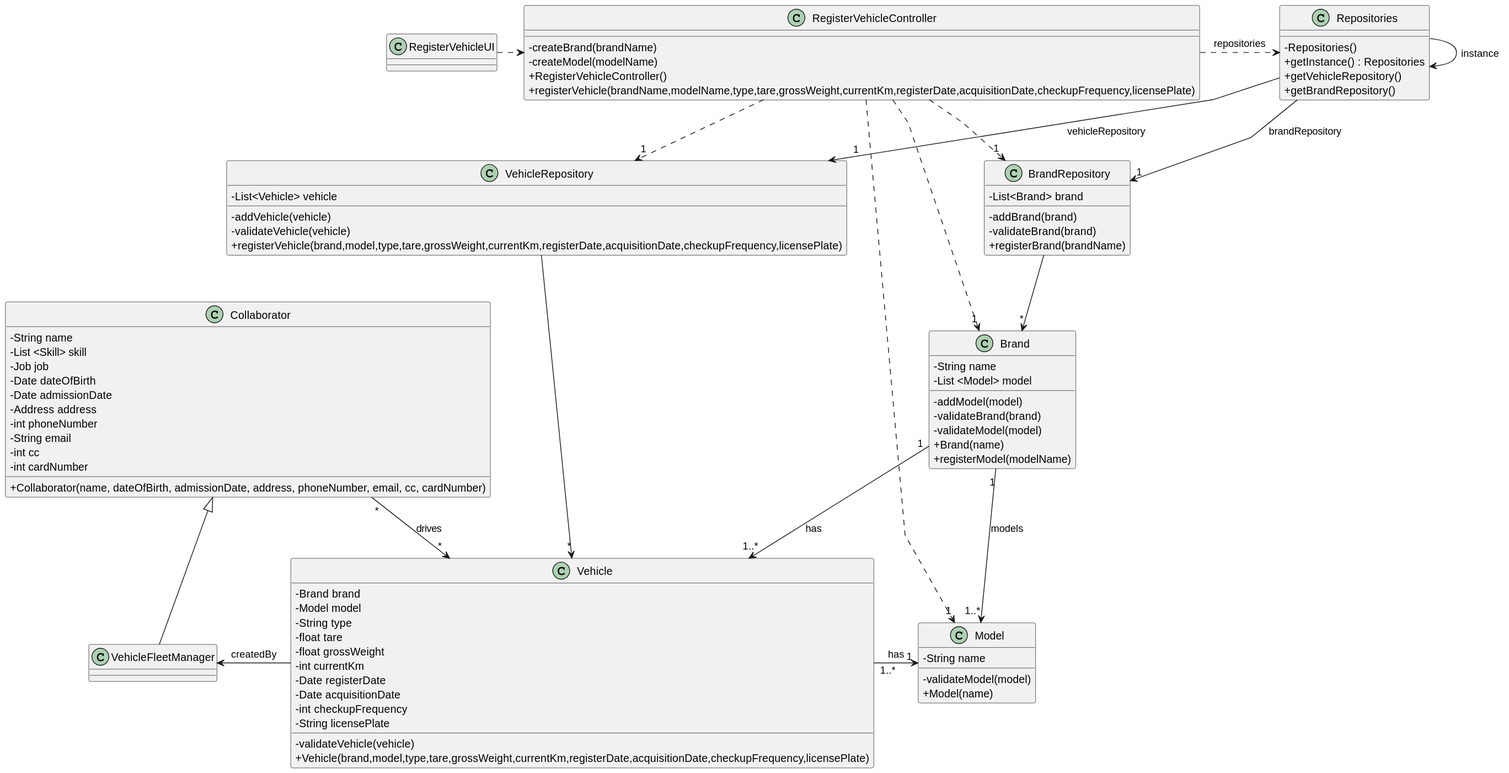
The PlantUML diagram docs/sprint2/us06/03.design/svg/us06-class-diagram.svg in Departamento-de-Engenharia-Informatica/lei-24-s2-1db-g022, before a commit.
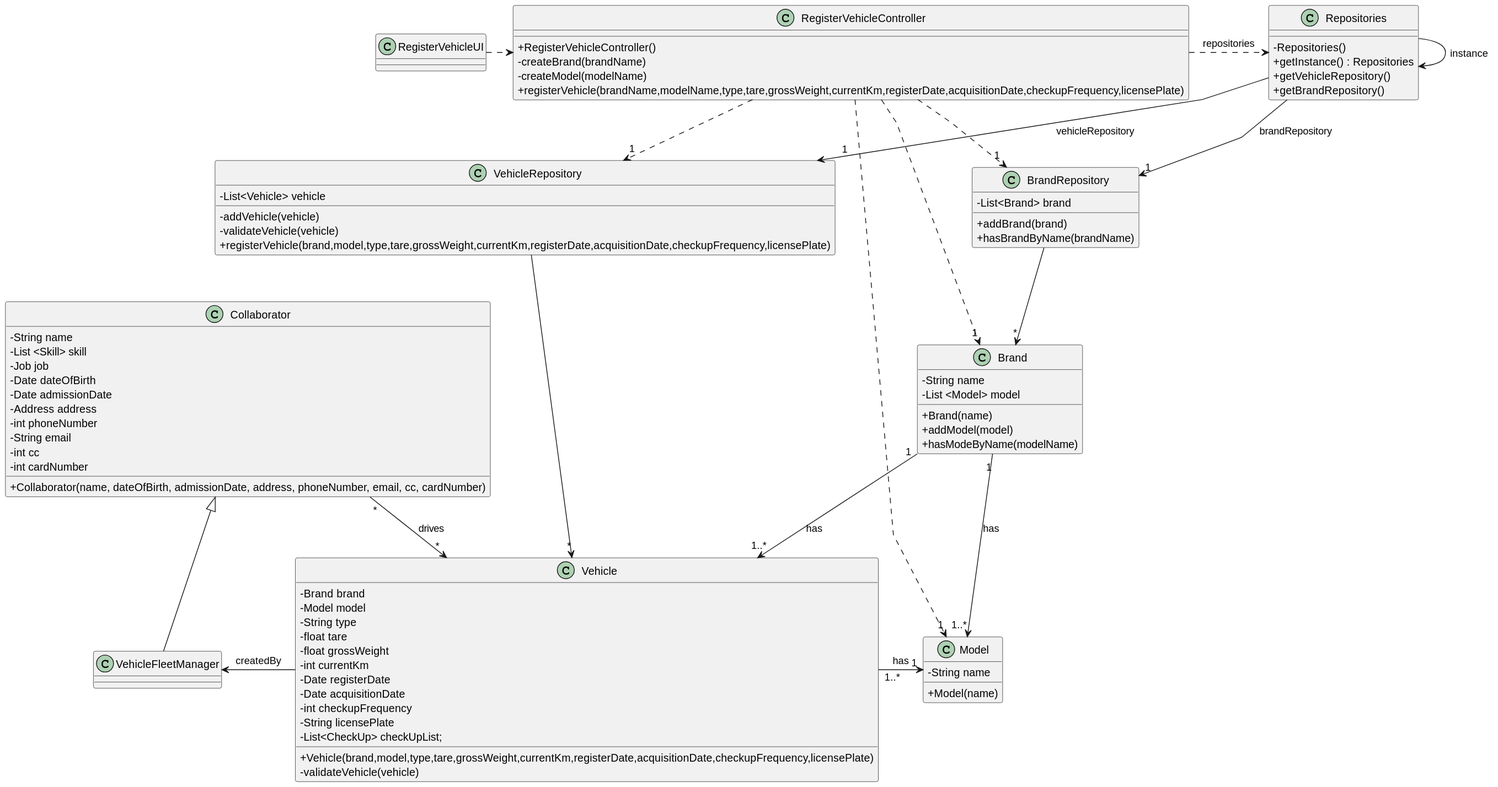
Above is the later version.

The edit, as a diff of the source:
```diff
@@ -10,17 +10,14 @@
     -String name
     -List <Model> model
 
-    -addModel(model)
-    -validateBrand(brand)
-    -validateModel(model)
     +Brand(name)
-    +registerModel(modelName)
+    +addModel(model)
+    +hasModeByName(modelName)
 }
 
 class Model {
     -String name
 
-    -validateModel(model)
     +Model(name)
 }
 
@@ -35,16 +32,17 @@
     -Date acquisitionDate
     -int checkupFrequency
     -String licensePlate
+    -List<CheckUp> checkUpList;
 
+    +Vehicle(brand,model,type,tare,grossWeight,currentKm,registerDate,acquisitionDate,checkupFrequency,licensePlate)
     -validateVehicle(vehicle)
-    +Vehicle(brand,model,type,tare,grossWeight,currentKm,registerDate,acquisitionDate,checkupFrequency,licensePlate)
 }
 
 class RegisterVehicleController {
 
+    +RegisterVehicleController()
     -createBrand(brandName)
     -createModel(modelName)
-    +RegisterVehicleController()
     +registerVehicle(brandName,modelName,type,tare,grossWeight,currentKm,registerDate,acquisitionDate,checkupFrequency,licensePlate)
 }
 
@@ -88,9 +86,8 @@
 class BrandRepository {
     -List<Brand> brand
 
-    -addBrand(brand)
-    -validateBrand(brand)
-    +registerBrand(brandName)
+    +addBrand(brand)
+    +hasBrandByName(brandName)
 }
 
 RegisterVehicleController .> Repositories : repositories
@@ -114,7 +111,7 @@
 
 VehicleFleetManager <-  Vehicle: createdBy
 
-Brand "1" --> "1..*" Model : models
+Brand "1" --> "1..*" Model : has
 Brand "1" --> "1..*" Vehicle : has
 
 Vehicle "1..*" -> "1" Model : has
```
